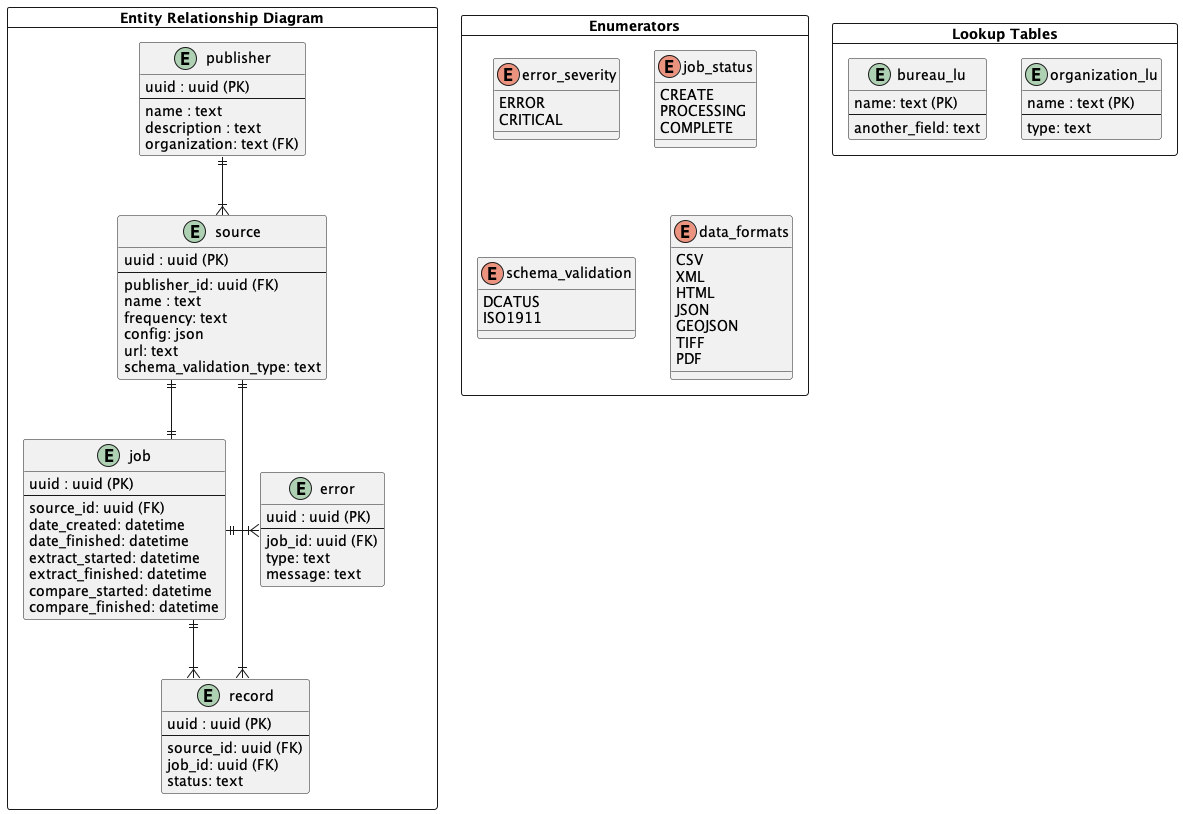
Earlier version of the PlantUML export docs/diagrams/out/erd/harvester2.0 ERD.png (GSA/datagov-harvester).
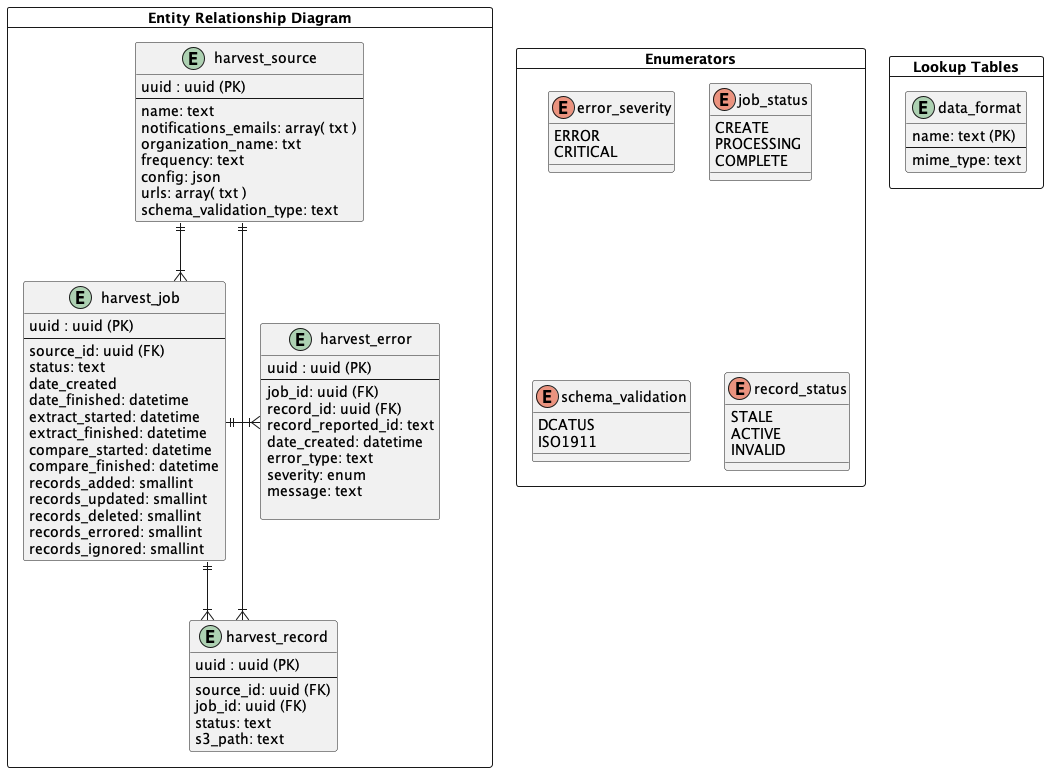
After the change.

Commit message:
update ERD to reflect models and export as png.

What changed in the source:
```diff
@@ -3,102 +3,94 @@
 skinparam linetype ortho
 
 card "Entity Relationship Diagram" as entities {
-  entity "publisher" as publisher  {
+  entity "harvest_source" as source {
     uuid : uuid (PK)
     --
-    name : text
-    description : text
-    organization: text (FK)
-  }
-
-  entity "source" as source {
-    uuid : uuid (PK)
-    --
-    publisher_id: uuid (FK)
-    name : text
+    name: text
+    notifications_emails: array( txt )
+    organization_name: txt
     frequency: text
     config: json
-    url: text
+    urls: array( txt )
     schema_validation_type: text
   }
 
-  entity "record" as record {
+  entity "harvest_record" as record {
     uuid : uuid (PK)
     --
     source_id: uuid (FK)
     job_id: uuid (FK)
     status: text
+    s3_path: text
   }
 
-  entity "job" as job {
+  entity "harvest_job" as job {
     uuid : uuid (PK)
     --
     source_id: uuid (FK)
-    date_created: datetime
+    status: text
+    date_created
     date_finished: datetime
     extract_started: datetime
     extract_finished: datetime
     compare_started: datetime
     compare_finished: datetime
+    records_added: smallint
+    records_updated: smallint
+    records_deleted: smallint
+    records_errored: smallint
+    records_ignored: smallint
   }
 
-  entity "error" as error {
+  entity "harvest_error" as error {
     uuid : uuid (PK)
     --
     job_id: uuid (FK)
-    type: text
+    record_id: uuid (FK)
+    record_reported_id: text
+    date_created: datetime
+    error_type: text
+    severity: enum
     message: text
+
   }
 }
 
 card "Lookup Tables" as lookup {
 
-  entity "organization_lu" as organization_lu {
-  name : text (PK)
-  --
-  type: text
+  entity "data_format" as data_format {
+    name: text (PK)
+    --
+    mime_type: text
   }
-
-entity "bureau_lu" as bureau_lu {
-  name: text (PK)
-  --
-  another_field: text
-  }
-
 }
 
 card "Enumerators" as enumerators {
 
   enum error_severity {
-  ERROR
-  CRITICAL
+    ERROR
+    CRITICAL
   }
 
   enum job_status {
-  CREATE
-  PROCESSING
-  COMPLETE
+    CREATE
+    PROCESSING
+    COMPLETE
   }
 
   enum schema_validation {
-  DCATUS
-  ISO1911
+    DCATUS
+    ISO1911
   }
 
-  enum data_formats {
-    CSV
-    XML
-    HTML
-    JSON
-    GEOJSON
-    TIFF
-    PDF
+  enum record_status {
+    STALE
+    ACTIVE
+    INVALID
   }
-
 }
 
-publisher  ||--|{ source
-source ||--|| job
+source ||--|{ job
 source ||--|{ record
 job ||--|{ record
 job ||-|{ error
```
